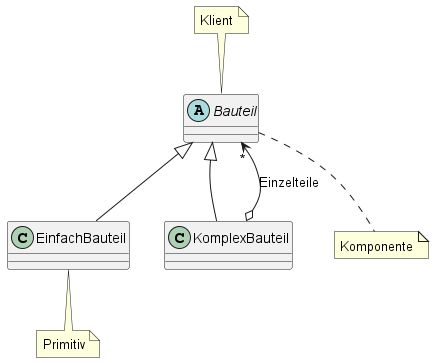
Above: dojo-dungeon/todo-assets/Fragen_Pattern/UML_Klassendiagramm3.png in Dungeon-CampusMinden/Dungeon (PlantUML), before the change. Its diagram source:
```plantuml
@startuml UML_Klassendiagramm3.png
abstract Bauteil
Bauteil <|-- EinfachBauteil
Bauteil <|-- KomplexBauteil
Bauteil -[hidden]- KomplexBauteil
Bauteil "*" <--o KomplexBauteil : Einzelteile
note "Klient" as n0
note "Primitiv" as n1
note "Komponente" as n2
n0 .. Bauteil
EinfachBauteil .. n1
Bauteil .. n2
@enduml
```
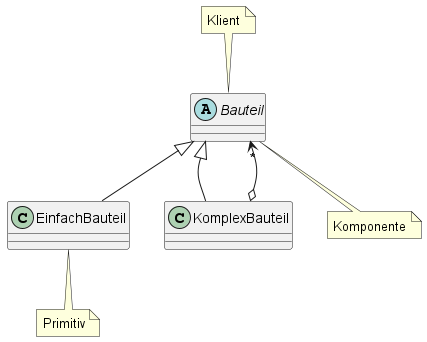
After the commit.

Diff of the diagram source:
```diff
@@ -3,7 +3,7 @@
 Bauteil <|-- EinfachBauteil
 Bauteil <|-- KomplexBauteil
 Bauteil -[hidden]- KomplexBauteil
-Bauteil "*" <--o KomplexBauteil : Einzelteile
+Bauteil "*" <--o KomplexBauteil
 note "Klient" as n0
 note "Primitiv" as n1
 note "Komponente" as n2
```
